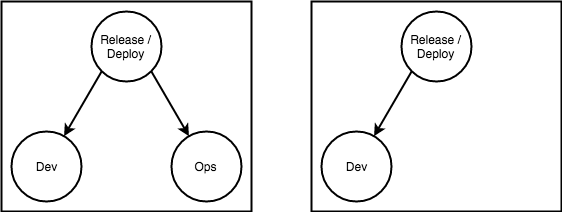
Before: devops/container-organizational-affect/static/infra_vs_devops_deploy.png, a diagram exported from draw.io (dm03514/blog). Source tidied: cells renumbered, new cells last; positions are measured from the earlier drawing's top-left corner, leaving out a move shared by most shapes. Its diagram source:
```xml
<mxGraphModel>
  <root>
    <mxCell id="0" />
    <mxCell id="1" parent="0" />
    <mxCell id="2" style="rounded=0;whiteSpace=wrap;html=1;strokeWidth=2;" parent="1" vertex="1">
      <mxGeometry x="310" width="250" height="210" as="geometry" />
    </mxCell>
    <mxCell id="3" style="rounded=0;whiteSpace=wrap;html=1;strokeWidth=2;" parent="1" vertex="1">
      <mxGeometry width="250" height="210" as="geometry" />
    </mxCell>
    <mxCell id="4" value="Dev" style="ellipse;whiteSpace=wrap;html=1;strokeWidth=2;" parent="1" vertex="1">
      <mxGeometry x="10" y="130" width="70" height="70" as="geometry" />
    </mxCell>
    <mxCell id="5" value="Ops" style="ellipse;whiteSpace=wrap;html=1;strokeWidth=2;" parent="1" vertex="1">
      <mxGeometry x="170" y="130" width="70" height="70" as="geometry" />
    </mxCell>
    <mxCell id="6" value="Release / Deploy" style="ellipse;whiteSpace=wrap;html=1;strokeWidth=2;" parent="1" vertex="1">
      <mxGeometry x="90" y="10" width="70" height="70" as="geometry" />
    </mxCell>
    <mxCell id="7" style="endArrow=classic;html=1;exitX=0;exitY=1;exitDx=0;exitDy=0;strokeWidth=2;" parent="1" edge="1" source="6" target="4">
      <mxGeometry relative="1" as="geometry" />
    </mxCell>
    <mxCell id="8" style="endArrow=classic;html=1;exitX=1;exitY=1;exitDx=0;exitDy=0;strokeWidth=2;" parent="1" edge="1" source="6" target="5">
      <mxGeometry relative="1" as="geometry" />
    </mxCell>
    <mxCell id="9" value="Dev" style="ellipse;whiteSpace=wrap;html=1;strokeWidth=2;" parent="1" vertex="1">
      <mxGeometry x="320" y="130" width="70" height="70" as="geometry" />
    </mxCell>
    <mxCell id="10" value="Release / Deploy" style="ellipse;whiteSpace=wrap;html=1;strokeWidth=2;" parent="1" vertex="1">
      <mxGeometry x="400" y="10" width="70" height="70" as="geometry" />
    </mxCell>
    <mxCell id="11" style="endArrow=classic;html=1;exitX=0;exitY=1;exitDx=0;exitDy=0;strokeWidth=2;" parent="1" edge="1" source="10" target="9">
      <mxGeometry relative="1" as="geometry" />
    </mxCell>
  </root>
</mxGraphModel>
```
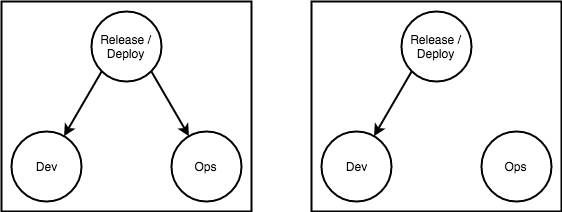
Later version of the same file.

Change to the diagram source:
```diff
@@ -32,5 +32,8 @@
     <mxCell id="11" style="endArrow=classic;html=1;exitX=0;exitY=1;exitDx=0;exitDy=0;strokeWidth=2;" parent="1" edge="1" source="10" target="9">
       <mxGeometry relative="1" as="geometry" />
     </mxCell>
+    <mxCell id="12" value="Ops" style="ellipse;whiteSpace=wrap;html=1;strokeWidth=2;" parent="1" vertex="1">
+      <mxGeometry x="480" y="130" width="70" height="70" as="geometry" />
+    </mxCell>
   </root>
 </mxGraphModel>
```
